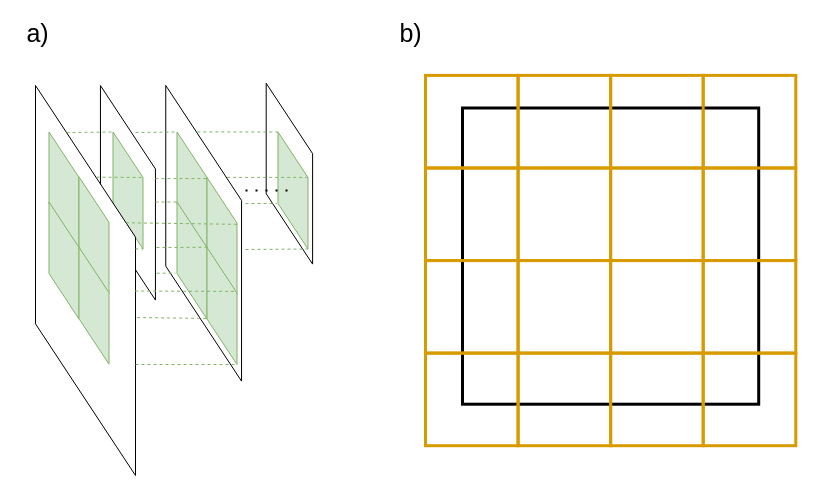
The draw.io diagram imgs_tomas/cropping_schemes.drawio in andynet/Thesis, before the edit. Source tidied: cells renumbered, new cells numbered last; positions are measured from the earlier drawing's top-left corner, leaving out a move shared by most shapes. Both pictures are drawn from the tidied source at 100%, with x=0, y=0 at pixel (-110, 22).
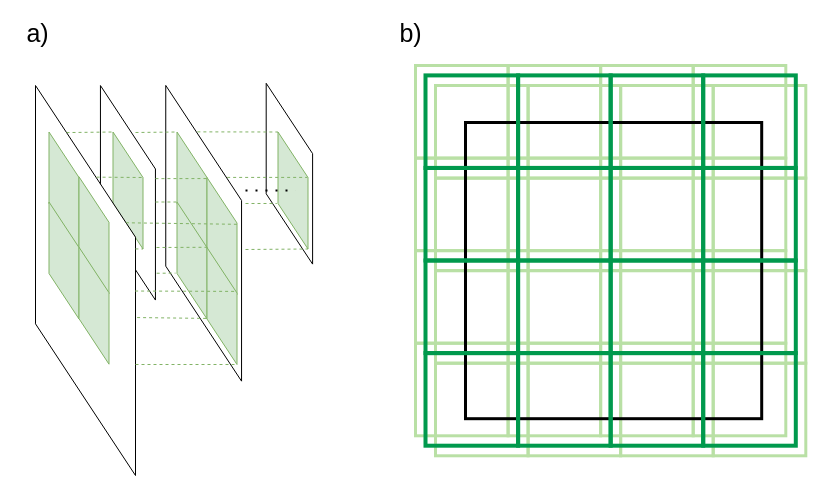
The same page after the edit.

What changed in the source:
```diff
@@
+    <mxCell id="53" style="group;" parent="1" vertex="1">
+      <mxGeometry x="545" y="63" width="370.2" height="370.2" as="geometry" />
+    </mxCell>
+    <mxCell id="54" style="whiteSpace=wrap;html=1;fillColor=none;strokeColor=#B9E0A5;strokeWidth=3;" parent="53" vertex="1">
+      <mxGeometry x="277.7" width="92.6" height="92.6" as="geometry" />
+    </mxCell>
+    <mxCell id="55" style="whiteSpace=wrap;html=1;fillColor=none;strokeColor=#B9E0A5;strokeWidth=3;" parent="53" vertex="1">
+      <mxGeometry width="92.6" height="92.6" as="geometry" />
+    </mxCell>
+    <mxCell id="56" style="whiteSpace=wrap;html=1;fillColor=none;strokeColor=#B9E0A5;strokeWidth=3;" parent="53" vertex="1">
+      <mxGeometry x="92.6" width="92.6" height="92.6" as="geometry" />
+    </mxCell>
+    <mxCell id="57" style="whiteSpace=wrap;html=1;fillColor=none;strokeColor=#B9E0A5;strokeWidth=3;" parent="53" vertex="1">
+      <mxGeometry x="185.1" width="92.6" height="92.6" as="geometry" />
+    </mxCell>
+    <mxCell id="58" style="whiteSpace=wrap;html=1;fillColor=none;strokeColor=#B9E0A5;strokeWidth=3;" parent="53" vertex="1">
+      <mxGeometry y="92.6" width="92.6" height="92.6" as="geometry" />
+    </mxCell>
+    <mxCell id="59" style="whiteSpace=wrap;html=1;fillColor=none;strokeColor=#B9E0A5;strokeWidth=3;" parent="53" vertex="1">
+      <mxGeometry x="92.6" y="92.6" width="92.6" height="92.6" as="geometry" />
+    </mxCell>
+    <mxCell id="60" style="whiteSpace=wrap;html=1;fillColor=none;strokeColor=#B9E0A5;strokeWidth=3;" parent="53" vertex="1">
+      <mxGeometry x="185.1" y="92.6" width="92.6" height="92.6" as="geometry" />
+    </mxCell>
+    <mxCell id="61" style="whiteSpace=wrap;html=1;fillColor=none;strokeColor=#B9E0A5;strokeWidth=3;" parent="53" vertex="1">
+      <mxGeometry x="277.7" y="92.6" width="92.6" height="92.6" as="geometry" />
+    </mxCell>
+    <mxCell id="62" style="whiteSpace=wrap;html=1;fillColor=none;strokeColor=#B9E0A5;strokeWidth=3;" parent="53" vertex="1">
+      <mxGeometry y="185.1" width="92.6" height="92.6" as="geometry" />
+    </mxCell>
+    <mxCell id="63" style="whiteSpace=wrap;html=1;fillColor=none;strokeColor=#B9E0A5;strokeWidth=3;" parent="53" vertex="1">
+      <mxGeometry x="92.6" y="185.1" width="92.6" height="92.6" as="geometry" />
+    </mxCell>
+    <mxCell id="64" style="whiteSpace=wrap;html=1;fillColor=none;strokeColor=#B9E0A5;strokeWidth=3;" parent="53" vertex="1">
+      <mxGeometry y="277.7" width="92.6" height="92.6" as="geometry" />
+    </mxCell>
+    <mxCell id="65" style="whiteSpace=wrap;html=1;fillColor=none;strokeColor=#B9E0A5;strokeWidth=3;" parent="53" vertex="1">
+      <mxGeometry x="92.6" y="277.7" width="92.6" height="92.6" as="geometry" />
+    </mxCell>
+    <mxCell id="66" style="whiteSpace=wrap;html=1;fillColor=none;strokeColor=#B9E0A5;strokeWidth=3;" parent="53" vertex="1">
+      <mxGeometry x="185.1" y="277.7" width="92.6" height="92.6" as="geometry" />
+    </mxCell>
+    <mxCell id="67" style="whiteSpace=wrap;html=1;fillColor=none;strokeColor=#B9E0A5;strokeWidth=3;" parent="53" vertex="1">
+      <mxGeometry x="185.1" y="185.1" width="92.6" height="92.6" as="geometry" />
+    </mxCell>
+    <mxCell id="68" style="whiteSpace=wrap;html=1;fillColor=none;strokeColor=#B9E0A5;strokeWidth=3;" parent="53" vertex="1">
+      <mxGeometry x="277.7" y="185.1" width="92.6" height="92.6" as="geometry" />
+    </mxCell>
+    <mxCell id="69" style="whiteSpace=wrap;html=1;fillColor=none;strokeColor=#B9E0A5;strokeWidth=3;" parent="53" vertex="1">
+      <mxGeometry x="277.7" y="277.7" width="92.6" height="92.6" as="geometry" />
+    </mxCell>
+    <mxCell id="70" style="group;" parent="1" vertex="1">
+      <mxGeometry x="525" y="43" width="370.2" height="370.2" as="geometry" />
+    </mxCell>
+    <mxCell id="71" style="whiteSpace=wrap;html=1;fillColor=none;strokeColor=#B9E0A5;strokeWidth=3;" parent="70" vertex="1">
+      <mxGeometry x="277.7" width="92.6" height="92.6" as="geometry" />
+    </mxCell>
+    <mxCell id="72" style="whiteSpace=wrap;html=1;fillColor=none;strokeColor=#B9E0A5;strokeWidth=3;" parent="70" vertex="1">
+      <mxGeometry width="92.6" height="92.6" as="geometry" />
+    </mxCell>
+    <mxCell id="73" style="whiteSpace=wrap;html=1;fillColor=none;strokeColor=#B9E0A5;strokeWidth=3;" parent="70" vertex="1">
+      <mxGeometry x="92.6" width="92.6" height="92.6" as="geometry" />
+    </mxCell>
+    <mxCell id="74" style="whiteSpace=wrap;html=1;fillColor=none;strokeColor=#B9E0A5;strokeWidth=3;" parent="70" vertex="1">
+      <mxGeometry x="185.1" width="92.6" height="92.6" as="geometry" />
+    </mxCell>
+    <mxCell id="75" style="whiteSpace=wrap;html=1;fillColor=none;strokeColor=#B9E0A5;strokeWidth=3;" parent="70" vertex="1">
+      <mxGeometry y="92.6" width="92.6" height="92.6" as="geometry" />
+    </mxCell>
+    <mxCell id="76" style="whiteSpace=wrap;html=1;fillColor=none;strokeColor=#B9E0A5;strokeWidth=3;" parent="70" vertex="1">
+      <mxGeometry x="92.6" y="92.6" width="92.6" height="92.6" as="geometry" />
+    </mxCell>
+    <mxCell id="77" style="whiteSpace=wrap;html=1;fillColor=none;strokeColor=#B9E0A5;strokeWidth=3;" parent="70" vertex="1">
+      <mxGeometry x="185.1" y="92.6" width="92.6" height="92.6" as="geometry" />
+    </mxCell>
+    <mxCell id="78" style="whiteSpace=wrap;html=1;fillColor=none;strokeColor=#B9E0A5;strokeWidth=3;" parent="70" vertex="1">
+      <mxGeometry x="277.7" y="92.6" width="92.6" height="92.6" as="geometry" />
+    </mxCell>
+    <mxCell id="79" style="whiteSpace=wrap;html=1;fillColor=none;strokeColor=#B9E0A5;strokeWidth=3;" parent="70" vertex="1">
+      <mxGeometry y="185.1" width="92.6" height="92.6" as="geometry" />
+    </mxCell>
+    <mxCell id="80" style="whiteSpace=wrap;html=1;fillColor=none;strokeColor=#B9E0A5;strokeWidth=3;" parent="70" vertex="1">
+      <mxGeometry x="92.6" y="185.1" width="92.6" height="92.6" as="geometry" />
+    </mxCell>
+    <mxCell id="81" style="whiteSpace=wrap;html=1;fillColor=none;strokeColor=#B9E0A5;strokeWidth=3;" parent="70" vertex="1">
+      <mxGeometry y="277.7" width="92.6" height="92.6" as="geometry" />
+    </mxCell>
+    <mxCell id="82" style="whiteSpace=wrap;html=1;fillColor=none;strokeColor=#B9E0A5;strokeWidth=3;" parent="70" vertex="1">
+      <mxGeometry x="92.6" y="277.7" width="92.6" height="92.6" as="geometry" />
+    </mxCell>
+    <mxCell id="83" style="whiteSpace=wrap;html=1;fillColor=none;strokeColor=#B9E0A5;strokeWidth=3;" parent="70" vertex="1">
+      <mxGeometry x="185.1" y="277.7" width="92.6" height="92.6" as="geometry" />
+    </mxCell>
+    <mxCell id="84" style="whiteSpace=wrap;html=1;fillColor=none;strokeColor=#B9E0A5;strokeWidth=3;" parent="70" vertex="1">
+      <mxGeometry x="185.1" y="185.1" width="92.6" height="92.6" as="geometry" />
+    </mxCell>
+    <mxCell id="85" style="whiteSpace=wrap;html=1;fillColor=none;strokeColor=#B9E0A5;strokeWidth=3;" parent="70" vertex="1">
+      <mxGeometry x="277.7" y="185.1" width="92.6" height="92.6" as="geometry" />
+    </mxCell>
+    <mxCell id="86" style="whiteSpace=wrap;html=1;fillColor=none;strokeColor=#B9E0A5;strokeWidth=3;" parent="70" vertex="1">
+      <mxGeometry x="277.7" y="277.7" width="92.6" height="92.6" as="geometry" />
+    </mxCell>
@@
-    <mxCell id="33" style="group;" parent="1" vertex="1">
-      <mxGeometry x="535" y="52.9" width="370.2" height="370.2" as="geometry" />
-    </mxCell>
+    <mxCell id="51" value="&lt;font style=&quot;font-size: 25px&quot;&gt;a)&lt;/font&gt;" style="text;html=1;align=center;verticalAlign=middle;" parent="1" vertex="1">
+      <mxGeometry x="127" width="40" height="20" as="geometry" />
+    </mxCell>
+    <mxCell id="52" value="&lt;font style=&quot;font-size: 25px&quot;&gt;b)&lt;/font&gt;" style="text;html=1;align=center;verticalAlign=middle;" parent="1" vertex="1">
+      <mxGeometry x="500" width="40" height="20" as="geometry" />
+    </mxCell>
+    <mxCell id="35" style="whiteSpace=wrap;html=1;fillColor=none;strokeColor=#000000;strokeWidth=3;" parent="1" vertex="1">
+      <mxGeometry x="575" y="100" width="296.2" height="296.2" as="geometry" />
+    </mxCell>
-    <mxCell id="34" style="whiteSpace=wrap;html=1;fillColor=none;strokeColor=#d79b00;strokeWidth=3;" parent="33" vertex="1">
-      <mxGeometry x="277.7" width="92.6" height="92.6" as="geometry" />
+    <mxCell id="34" style="whiteSpace=wrap;html=1;fillColor=none;strokeColor=#00994D;strokeWidth=4;" parent="1" vertex="1">
+      <mxGeometry x="812.7" y="52.9" width="92.6" height="92.6" as="geometry" />
     </mxCell>
-    <mxCell id="35" style="whiteSpace=wrap;html=1;fillColor=none;strokeColor=#000000;strokeWidth=3;" parent="33" vertex="1">
-      <mxGeometry x="37" y="32.6" width="296.2" height="296.2" as="geometry" />
-    </mxCell>
-    <mxCell id="36" style="whiteSpace=wrap;html=1;fillColor=none;strokeColor=#d79b00;strokeWidth=3;" parent="33" vertex="1">
-      <mxGeometry width="92.6" height="92.6" as="geometry" />
+    <mxCell id="36" style="whiteSpace=wrap;html=1;fillColor=none;strokeColor=#00994D;strokeWidth=4;" parent="1" vertex="1">
+      <mxGeometry x="535" y="52.9" width="92.6" height="92.6" as="geometry" />
     </mxCell>
-    <mxCell id="37" style="whiteSpace=wrap;html=1;fillColor=none;strokeColor=#d79b00;strokeWidth=3;" parent="33" vertex="1">
-      <mxGeometry x="92.6" width="92.6" height="92.6" as="geometry" />
+    <mxCell id="37" style="whiteSpace=wrap;html=1;fillColor=none;strokeColor=#00994D;strokeWidth=4;" parent="1" vertex="1">
+      <mxGeometry x="627.6" y="52.9" width="92.6" height="92.6" as="geometry" />
     </mxCell>
-    <mxCell id="38" style="whiteSpace=wrap;html=1;fillColor=none;strokeColor=#d79b00;strokeWidth=3;" parent="33" vertex="1">
-      <mxGeometry x="185.1" width="92.6" height="92.6" as="geometry" />
+    <mxCell id="38" style="whiteSpace=wrap;html=1;fillColor=none;strokeColor=#00994D;strokeWidth=4;" parent="1" vertex="1">
+      <mxGeometry x="720.1" y="52.9" width="92.6" height="92.6" as="geometry" />
     </mxCell>
-    <mxCell id="39" style="whiteSpace=wrap;html=1;fillColor=none;strokeColor=#d79b00;strokeWidth=3;" parent="33" vertex="1">
-      <mxGeometry y="92.6" width="92.6" height="92.6" as="geometry" />
+    <mxCell id="39" style="whiteSpace=wrap;html=1;fillColor=none;strokeColor=#00994D;strokeWidth=4;" parent="1" vertex="1">
+      <mxGeometry x="535" y="145.4" width="92.6" height="92.6" as="geometry" />
     </mxCell>
-    <mxCell id="40" style="whiteSpace=wrap;html=1;fillColor=none;strokeColor=#d79b00;strokeWidth=3;" parent="33" vertex="1">
-      <mxGeometry x="92.6" y="92.6" width="92.6" height="92.6" as="geometry" />
+    <mxCell id="40" style="whiteSpace=wrap;html=1;fillColor=none;strokeColor=#00994D;strokeWidth=4;" parent="1" vertex="1">
+      <mxGeometry x="627.6" y="145.4" width="92.6" height="92.6" as="geometry" />
     </mxCell>
-    <mxCell id="41" style="whiteSpace=wrap;html=1;fillColor=none;strokeColor=#d79b00;strokeWidth=3;" parent="33" vertex="1">
-      <mxGeometry x="185.1" y="92.6" width="92.6" height="92.6" as="geometry" />
+    <mxCell id="41" style="whiteSpace=wrap;html=1;fillColor=none;strokeColor=#00994D;strokeWidth=4;" parent="1" vertex="1">
+      <mxGeometry x="720.1" y="145.4" width="92.6" height="92.6" as="geometry" />
     </mxCell>
-    <mxCell id="42" style="whiteSpace=wrap;html=1;fillColor=none;strokeColor=#d79b00;strokeWidth=3;" parent="33" vertex="1">
-      <mxGeometry x="277.7" y="92.6" width="92.6" height="92.6" as="geometry" />
+    <mxCell id="42" style="whiteSpace=wrap;html=1;fillColor=none;strokeColor=#00994D;strokeWidth=4;" parent="1" vertex="1">
+      <mxGeometry x="812.7" y="145.4" width="92.6" height="92.6" as="geometry" />
     </mxCell>
-    <mxCell id="43" style="whiteSpace=wrap;html=1;fillColor=none;strokeColor=#d79b00;strokeWidth=3;" parent="33" vertex="1">
-      <mxGeometry y="185.1" width="92.6" height="92.6" as="geometry" />
+    <mxCell id="43" style="whiteSpace=wrap;html=1;fillColor=none;strokeColor=#00994D;strokeWidth=4;" parent="1" vertex="1">
+      <mxGeometry x="535" y="238" width="92.6" height="92.6" as="geometry" />
     </mxCell>
-    <mxCell id="44" style="whiteSpace=wrap;html=1;fillColor=none;strokeColor=#d79b00;strokeWidth=3;" parent="33" vertex="1">
-      <mxGeometry x="92.6" y="185.1" width="92.6" height="92.6" as="geometry" />
+    <mxCell id="44" style="whiteSpace=wrap;html=1;fillColor=none;strokeColor=#00994D;strokeWidth=4;" parent="1" vertex="1">
+      <mxGeometry x="627.6" y="238" width="92.6" height="92.6" as="geometry" />
     </mxCell>
-    <mxCell id="45" style="whiteSpace=wrap;html=1;fillColor=none;strokeColor=#d79b00;strokeWidth=3;" parent="33" vertex="1">
-      <mxGeometry y="277.7" width="92.6" height="92.6" as="geometry" />
+    <mxCell id="45" style="whiteSpace=wrap;html=1;fillColor=none;strokeColor=#00994D;strokeWidth=4;" parent="1" vertex="1">
+      <mxGeometry x="535" y="330.6" width="92.6" height="92.6" as="geometry" />
     </mxCell>
-    <mxCell id="46" style="whiteSpace=wrap;html=1;fillColor=none;strokeColor=#d79b00;strokeWidth=3;" parent="33" vertex="1">
-      <mxGeometry x="92.6" y="277.7" width="92.6" height="92.6" as="geometry" />
+    <mxCell id="46" style="whiteSpace=wrap;html=1;fillColor=none;strokeColor=#00994D;strokeWidth=4;" parent="1" vertex="1">
+      <mxGeometry x="627.6" y="330.6" width="92.6" height="92.6" as="geometry" />
     </mxCell>
-    <mxCell id="47" style="whiteSpace=wrap;html=1;fillColor=none;strokeColor=#d79b00;strokeWidth=3;" parent="33" vertex="1">
-      <mxGeometry x="185.1" y="277.7" width="92.6" height="92.6" as="geometry" />
+    <mxCell id="47" style="whiteSpace=wrap;html=1;fillColor=none;strokeColor=#00994D;strokeWidth=4;" parent="1" vertex="1">
+      <mxGeometry x="720.1" y="330.6" width="92.6" height="92.6" as="geometry" />
     </mxCell>
-    <mxCell id="48" style="whiteSpace=wrap;html=1;fillColor=none;strokeColor=#d79b00;strokeWidth=3;" parent="33" vertex="1">
-      <mxGeometry x="185.1" y="185.1" width="92.6" height="92.6" as="geometry" />
+    <mxCell id="48" style="whiteSpace=wrap;html=1;fillColor=none;strokeColor=#00994D;strokeWidth=4;" parent="1" vertex="1">
+      <mxGeometry x="720.1" y="238" width="92.6" height="92.6" as="geometry" />
     </mxCell>
-    <mxCell id="49" style="whiteSpace=wrap;html=1;fillColor=none;strokeColor=#d79b00;strokeWidth=3;" parent="33" vertex="1">
-      <mxGeometry x="277.7" y="185.1" width="92.6" height="92.6" as="geometry" />
+    <mxCell id="49" style="whiteSpace=wrap;html=1;fillColor=none;strokeColor=#00994D;strokeWidth=4;" parent="1" vertex="1">
+      <mxGeometry x="812.7" y="238" width="92.6" height="92.6" as="geometry" />
     </mxCell>
-    <mxCell id="50" style="whiteSpace=wrap;html=1;fillColor=none;strokeColor=#d79b00;strokeWidth=3;" parent="33" vertex="1">
-      <mxGeometry x="277.7" y="277.7" width="92.6" height="92.6" as="geometry" />
+    <mxCell id="50" style="whiteSpace=wrap;html=1;fillColor=none;strokeColor=#00994D;strokeWidth=4;" parent="1" vertex="1">
+      <mxGeometry x="812.7" y="330.6" width="92.6" height="92.6" as="geometry" />
     </mxCell>
-    <mxCell id="51" value="&lt;font style=&quot;font-size: 25px&quot;&gt;a)&lt;/font&gt;" style="text;html=1;align=center;verticalAlign=middle;" parent="1" vertex="1">
-      <mxGeometry x="127" width="40" height="20" as="geometry" />
-    </mxCell>
-    <mxCell id="52" value="&lt;font style=&quot;font-size: 25px&quot;&gt;b)&lt;/font&gt;" style="text;html=1;align=center;verticalAlign=middle;" parent="1" vertex="1">
-      <mxGeometry x="500" width="40" height="20" as="geometry" />
-    </mxCell>
```
